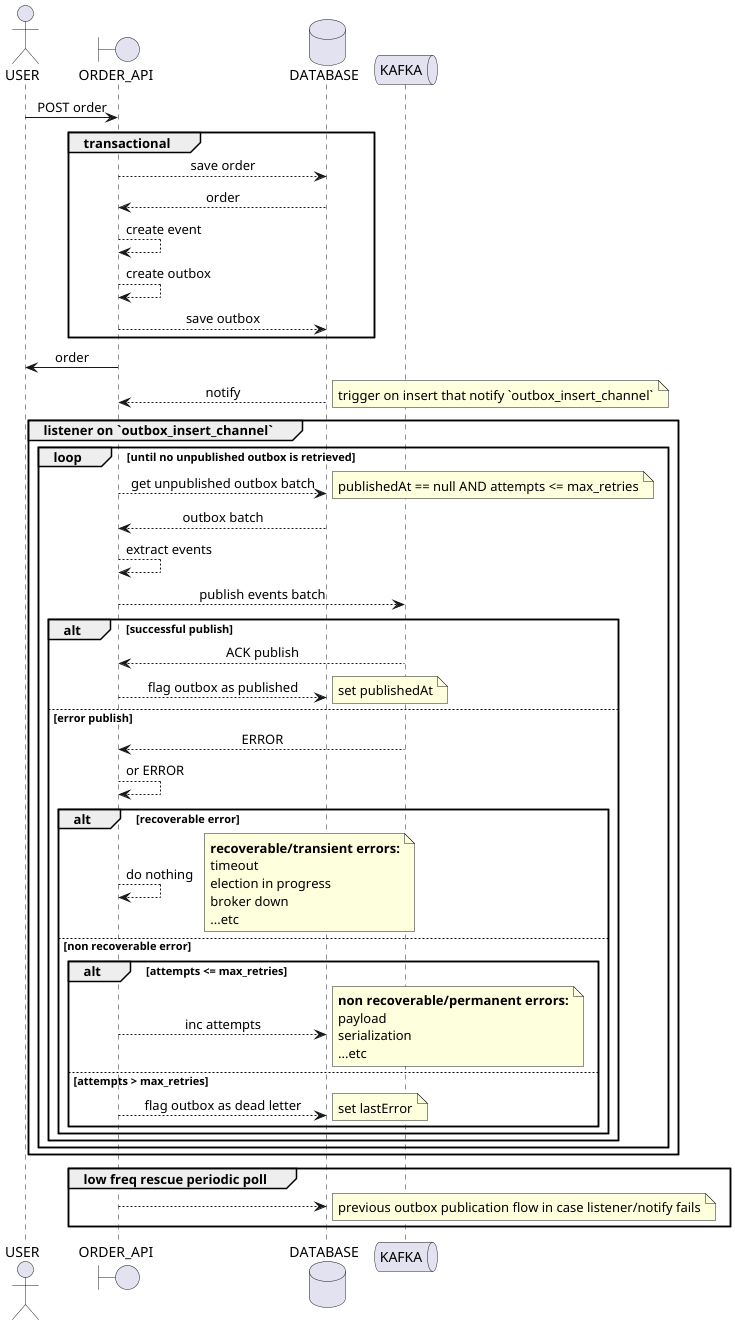
Before: docs/order_api_seq.png, a diagram exported from PlantUML (7mza/kafka-demo). Its diagram source:
```plantuml
@startuml
skinparam sequenceMessageAlign center

actor USER as U
boundary ORDER_API as API
database DATABASE as DB
queue KAFKA

U -> API : POST order
group transactional
    API --> DB : save order
    DB --> API : order
    API --> API : create event
    API --> API : create outbox
    API --> DB : save outbox
end
API -> U : order

DB --> API: notify
note right: trigger on insert that notify `outbox_insert_channel`

group listener on `outbox_insert_channel`
    loop until no unpublished outbox is retrieved
        API --> DB : get unpublished outbox batch
        note right: publishedAt == null AND attempts <= max_retries
        DB --> API : outbox batch
        API --> API : extract events
        API --> KAFKA : publish events batch
        alt successful publish
            KAFKA --> API : ACK publish
            API --> DB : flag outbox as published
            note right: set publishedAt
        else error publish
            KAFKA --> API : ERROR
            API --> API : or ERROR
            alt recoverable error
                API --> API : do nothing
                note right
                    **recoverable/transient errors:**
                    timeout
                    election in progress
                    broker down
                    ...etc
                end note
            else non recoverable error
                alt attempts <= max_retries
                    API --> DB : inc attempts
                    note right
                        **non recoverable/permanent errors:**
                        payload
                        serialization
                        ...etc
                    end note
                else attempts > max_retries
                    API --> DB : flag outbox as dead letter
                    note right: set lastError
                end
            end
        end
    end
end

group low freq rescue periodic poll
      API --> DB
      note right: previous outbox publication flow in case listener/notify fails
end
@enduml
```
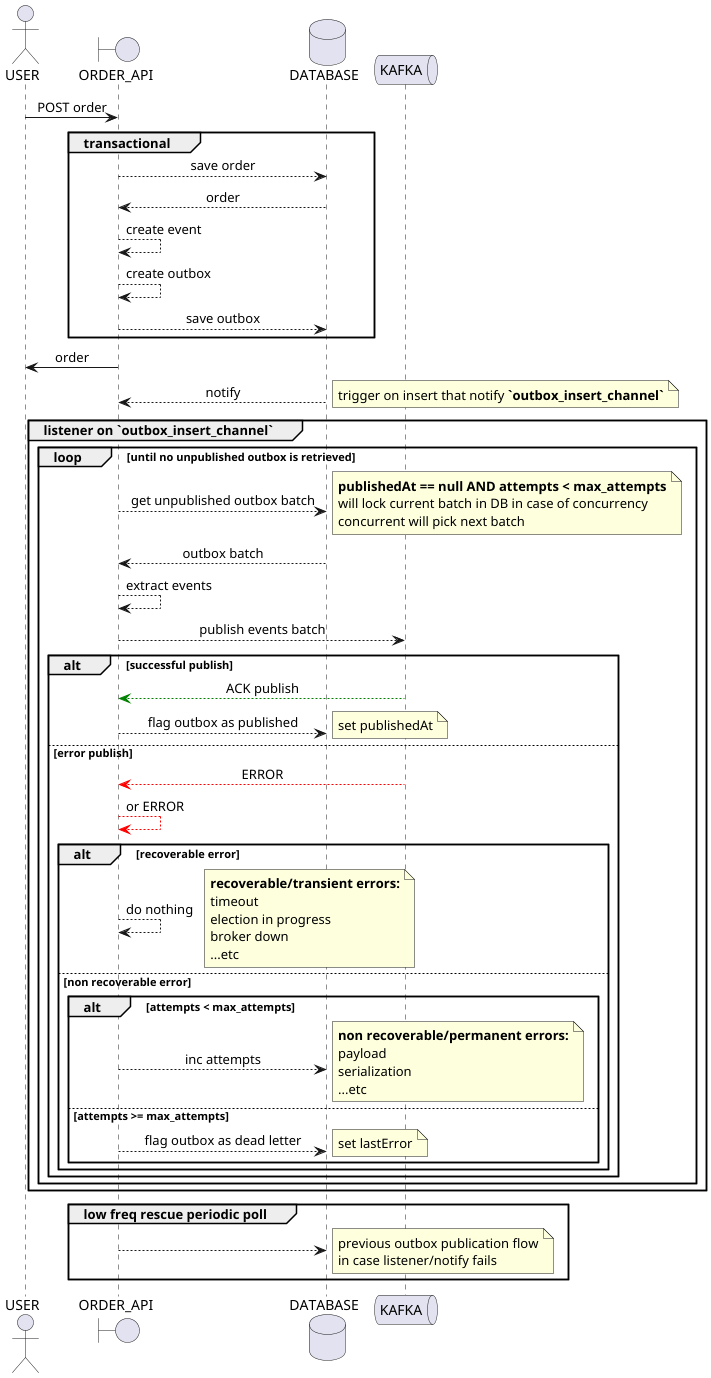
The same file after the commit.

Diff of the diagram source:
```diff
@@ -17,22 +17,22 @@
 API -> U : order
 
 DB --> API: notify
-note right: trigger on insert that notify `outbox_insert_channel`
+note right: trigger on insert that notify **`outbox_insert_channel`**
 
 group listener on `outbox_insert_channel`
     loop until no unpublished outbox is retrieved
         API --> DB : get unpublished outbox batch
-        note right: publishedAt == null AND attempts <= max_retries
+        note right: **publishedAt == null AND attempts < max_attempts**\nwill lock current batch in DB in case of concurrency\nconcurrent will pick next batch
         DB --> API : outbox batch
         API --> API : extract events
         API --> KAFKA : publish events batch
         alt successful publish
-            KAFKA --> API : ACK publish
+            KAFKA -[#green]-> API : ACK publish
             API --> DB : flag outbox as published
             note right: set publishedAt
         else error publish
-            KAFKA --> API : ERROR
-            API --> API : or ERROR
+            KAFKA -[#red]-> API : ERROR
+            API -[#red]-> API : or ERROR
             alt recoverable error
                 API --> API : do nothing
                 note right
@@ -43,7 +43,7 @@
                     ...etc
                 end note
             else non recoverable error
-                alt attempts <= max_retries
+                alt attempts < max_attempts
                     API --> DB : inc attempts
                     note right
                         **non recoverable/permanent errors:**
@@ -51,7 +51,7 @@
                         serialization
                         ...etc
                     end note
-                else attempts > max_retries
+                else attempts >= max_attempts
                     API --> DB : flag outbox as dead letter
                     note right: set lastError
                 end
@@ -62,6 +62,6 @@
 
 group low freq rescue periodic poll
       API --> DB
-      note right: previous outbox publication flow in case listener/notify fails
+      note right: previous outbox publication flow\nin case listener/notify fails
 end
 @enduml
```
